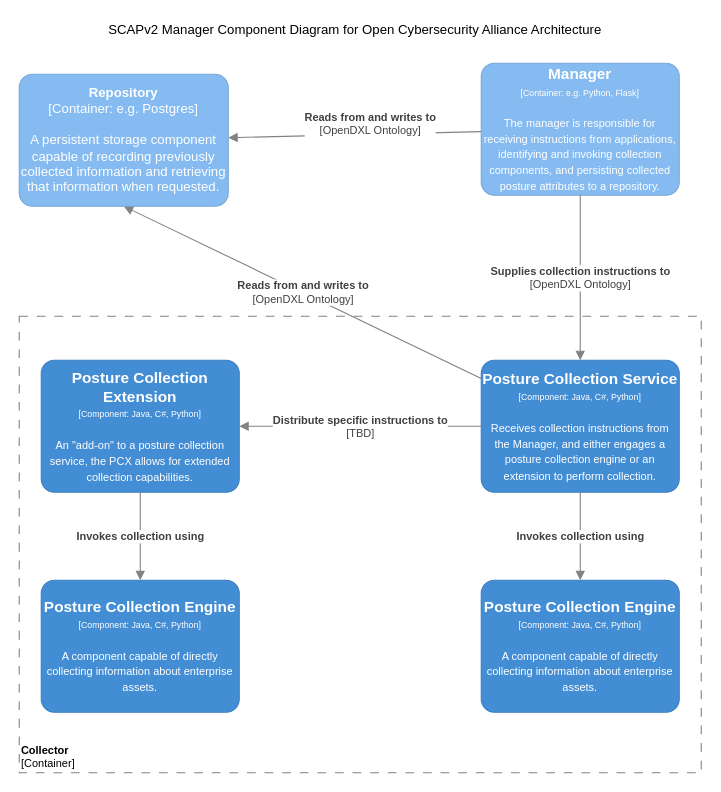
Above: page "SCAPv2 Collector" (4 of 4) of Architecture Documents/oca-c4-architecture.drawio in opencybersecurityalliance/documentation (draw.io), before the change. Source tidied: cells renumbered, new cells numbered last; positions are measured from the earlier drawing's top-left corner, leaving out a move shared by most shapes. Both pictures are drawn from the tidied source at 110%, with x=0, y=0 at pixel (19, 19).
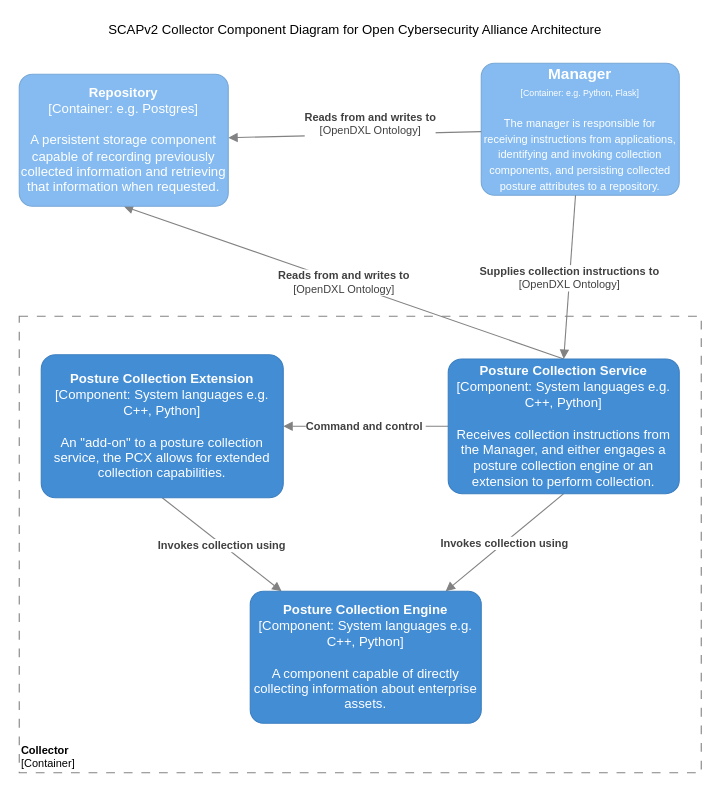
The same diagram, later.

Commit message (it also covers changes not shown here):
Component fixes and typo fix

The edit, as a diff of the source:
```diff
@@
 <mxGraphModel>
   <root>
     <mxCell id="0" />
     <mxCell id="1" parent="0" />
     <mxCell id="2" value="&lt;font style=&quot;font-size: 10px&quot;&gt;&lt;b&gt;Collector&lt;br&gt;&lt;/b&gt;[Container]&lt;/font&gt;" style="rounded=0;whiteSpace=wrap;html=1;strokeColor=#828282;fillColor=none;fontColor=#000000;align=left;labelPosition=center;verticalLabelPosition=middle;verticalAlign=bottom;dashed=1;strokeWidth=1;perimeterSpacing=0;spacing=2;spacingTop=0;fontSize=10;dashPattern=8 8;" parent="1" vertex="1">
       <mxGeometry y="270" width="620" height="415" as="geometry" />
     </mxCell>
-    <mxCell id="3" value="&lt;div&gt;&lt;span style=&quot;font-size: 14px&quot;&gt;&lt;b&gt;Posture Collection Service&lt;/b&gt;&lt;/span&gt;&lt;/div&gt;&lt;div&gt;&lt;span style=&quot;font-size: 8px&quot;&gt;[Component: Java, C#, Python]&lt;/span&gt;&lt;/div&gt;&lt;div&gt;&lt;span style=&quot;font-size: 8px&quot;&gt;&lt;br&gt;&lt;/span&gt;&lt;/div&gt;&lt;div&gt;&lt;font size=&quot;1&quot;&gt;Receives collection instructions from the Manager, and either engages a posture collection engine or an extension to perform collection.&lt;/font&gt;&lt;/div&gt;" style="rounded=1;whiteSpace=wrap;html=1;fillColor=#438DD5;fontColor=#ffffff;strokeColor=#3C7FC0;arcSize=10;" parent="1" vertex="1">
-      <mxGeometry x="420" y="310" width="180" height="120" as="geometry" />
-    </mxCell>
-    <mxCell id="4" value="&lt;div&gt;&lt;span style=&quot;font-size: 14px&quot;&gt;&lt;b&gt;Posture Collection Extension&lt;/b&gt;&lt;/span&gt;&lt;/div&gt;&lt;div&gt;&lt;span style=&quot;font-size: 8px&quot;&gt;[Component: Java, C#, Python]&lt;/span&gt;&lt;/div&gt;&lt;div&gt;&lt;span style=&quot;font-size: 8px&quot;&gt;&lt;br&gt;&lt;/span&gt;&lt;/div&gt;&lt;div&gt;&lt;font size=&quot;1&quot;&gt;An &quot;add-on&quot; to a posture collection service, the PCX allows for extended collection capabilities.&lt;/font&gt;&lt;/div&gt;" style="rounded=1;whiteSpace=wrap;html=1;fillColor=#438DD5;fontColor=#ffffff;strokeColor=#3C7FC0;arcSize=10;" parent="1" vertex="1">
-      <mxGeometry x="20" y="310" width="180" height="120" as="geometry" />
-    </mxCell>
-    <mxCell id="5" value="&lt;div&gt;&lt;span style=&quot;font-size: 14px&quot;&gt;&lt;b&gt;Posture Collection Engine&lt;/b&gt;&lt;/span&gt;&lt;/div&gt;&lt;div&gt;&lt;span style=&quot;font-size: 8px&quot;&gt;[Component: Java, C#, Python]&lt;/span&gt;&lt;br&gt;&lt;/div&gt;&lt;div&gt;&lt;span style=&quot;font-size: 8px&quot;&gt;&lt;br&gt;&lt;/span&gt;&lt;/div&gt;&lt;div&gt;&lt;font size=&quot;1&quot;&gt;A component capable of directly collecting information about enterprise assets.&lt;/font&gt;&lt;/div&gt;" style="rounded=1;whiteSpace=wrap;html=1;fillColor=#438DD5;fontColor=#ffffff;strokeColor=#3C7FC0;arcSize=10;" parent="1" vertex="1">
-      <mxGeometry x="420" y="510" width="180" height="120" as="geometry" />
-    </mxCell>
     <object id="6" label="&lt;div&gt;&lt;span style=&quot;font-size: 14px&quot;&gt;&lt;b&gt;Manager&lt;/b&gt;&lt;/span&gt;&lt;/div&gt;&lt;div&gt;&lt;span style=&quot;font-size: 8px&quot;&gt;[Container: %technology%]&lt;/span&gt;&lt;/div&gt;&lt;div&gt;&lt;span style=&quot;font-size: 8px&quot;&gt;&lt;br&gt;&lt;/span&gt;&lt;/div&gt;&lt;div&gt;&lt;span style=&quot;font-size: x-small&quot;&gt;The manager is responsible for receiving instructions from applications, identifying and invoking collection components, and persisting collected posture attributes to a repository.&lt;/span&gt;&lt;br&gt;&lt;/div&gt;" placeholders="1" technology="e.g. Python, Flask">
       <mxCell style="rounded=1;whiteSpace=wrap;html=1;fillColor=#85BBF0;fontColor=#ffffff;strokeColor=#78A8D8;arcSize=10;" parent="1" vertex="1">
         <mxGeometry x="420" y="40" width="180" height="120" as="geometry" />
       </mxCell>
     </object>
     <mxCell id="7" value="&lt;span style=&quot;font-size: 10px&quot;&gt;&lt;b&gt;Reads from and writes to&lt;/b&gt;&lt;br&gt;[OpenDXL Ontology]&lt;br&gt;&lt;/span&gt;" style="endArrow=block;html=1;fontSize=10;fontColor=#404040;strokeWidth=1;endFill=1;strokeColor=#828282;elbow=vertical;" parent="1" edge="1" source="6" target="15">
       <mxGeometry x="-0.12" y="-10" relative="1" as="geometry" />
     </mxCell>
-    <mxCell id="8" value="&lt;span style=&quot;font-size: 10px&quot;&gt;&lt;b&gt;Reads from and writes to&lt;/b&gt;&lt;br&gt;[OpenDXL Ontology]&lt;br&gt;&lt;/span&gt;" style="endArrow=block;html=1;fontSize=10;fontColor=#404040;strokeWidth=1;endFill=1;strokeColor=#828282;elbow=vertical;entryX=0.5;entryY=1;entryDx=0;entryDy=0;entryPerimeter=0;" parent="1" edge="1" source="3" target="15">
+    <mxCell id="8" value="&lt;span style=&quot;font-size: 10px&quot;&gt;&lt;b&gt;Reads from and writes to&lt;/b&gt;&lt;br&gt;[OpenDXL Ontology]&lt;br&gt;&lt;/span&gt;" style="endArrow=block;html=1;fontSize=10;fontColor=#404040;strokeWidth=1;endFill=1;strokeColor=#828282;elbow=vertical;entryX=0.5;entryY=1;entryDx=0;entryDy=0;entryPerimeter=0;exitX=0.5;exitY=0;exitDx=0;exitDy=0;exitPerimeter=0;" parent="1" edge="1" source="18" target="15">
       <mxGeometry relative="1" as="geometry" />
     </mxCell>
-    <mxCell id="9" value="&lt;span style=&quot;font-size: 10px&quot;&gt;&lt;b&gt;Invokes collection using&lt;/b&gt;&lt;br&gt;&lt;/span&gt;" style="endArrow=block;html=1;fontSize=10;fontColor=#404040;strokeWidth=1;endFill=1;strokeColor=#828282;elbow=vertical;" parent="1" edge="1" source="3" target="5">
+    <mxCell id="9" value="&lt;span style=&quot;font-size: 10px&quot;&gt;&lt;b&gt;Invokes collection using&lt;/b&gt;&lt;br&gt;&lt;/span&gt;" style="endArrow=block;html=1;fontSize=10;fontColor=#404040;strokeWidth=1;endFill=1;strokeColor=#828282;elbow=vertical;exitX=0.5;exitY=1;exitDx=0;exitDy=0;exitPerimeter=0;" parent="1" edge="1" source="18" target="17">
       <mxGeometry relative="1" as="geometry" />
     </mxCell>
-    <mxCell id="10" value="&lt;span style=&quot;font-size: 10px&quot;&gt;&lt;b&gt;Distribute specific instructions to&lt;/b&gt;&lt;br&gt;[TBD]&lt;br&gt;&lt;/span&gt;" style="endArrow=block;html=1;fontSize=10;fontColor=#404040;strokeWidth=1;endFill=1;strokeColor=#828282;elbow=vertical;" parent="1" edge="1" source="3" target="4">
+    <mxCell id="10" value="&lt;span style=&quot;font-size: 10px&quot;&gt;&lt;b&gt;Command and control&amp;nbsp;&lt;/b&gt;&lt;br&gt;&lt;/span&gt;" style="endArrow=block;html=1;fontSize=10;fontColor=#404040;strokeWidth=1;endFill=1;strokeColor=#828282;elbow=vertical;entryX=1;entryY=0.5;entryDx=0;entryDy=0;entryPerimeter=0;exitX=0;exitY=0.5;exitDx=0;exitDy=0;exitPerimeter=0;" parent="1" edge="1" source="18" target="16">
       <mxGeometry relative="1" as="geometry" />
     </mxCell>
-    <mxCell id="11" value="&lt;div&gt;&lt;span style=&quot;font-size: 14px&quot;&gt;&lt;b&gt;Posture Collection Engine&lt;/b&gt;&lt;/span&gt;&lt;/div&gt;&lt;div&gt;&lt;span style=&quot;font-size: 8px&quot;&gt;[Component: Java, C#, Python]&lt;/span&gt;&lt;br&gt;&lt;/div&gt;&lt;div&gt;&lt;span style=&quot;font-size: 8px&quot;&gt;&lt;br&gt;&lt;/span&gt;&lt;/div&gt;&lt;div&gt;&lt;font size=&quot;1&quot;&gt;A component capable of directly collecting information about enterprise assets.&lt;/font&gt;&lt;/div&gt;" style="rounded=1;whiteSpace=wrap;html=1;fillColor=#438DD5;fontColor=#ffffff;strokeColor=#3C7FC0;arcSize=10;" parent="1" vertex="1">
-      <mxGeometry x="20" y="510" width="180" height="120" as="geometry" />
-    </mxCell>
-    <mxCell id="12" value="&lt;span style=&quot;font-size: 10px&quot;&gt;&lt;b&gt;Invokes collection using&lt;/b&gt;&lt;br&gt;&lt;/span&gt;" style="endArrow=block;html=1;fontSize=10;fontColor=#404040;strokeWidth=1;endFill=1;strokeColor=#828282;elbow=vertical;" parent="1" edge="1" source="4" target="11">
+    <mxCell id="12" value="&lt;span style=&quot;font-size: 10px&quot;&gt;&lt;b&gt;Invokes collection using&lt;/b&gt;&lt;br&gt;&lt;/span&gt;" style="endArrow=block;html=1;fontSize=10;fontColor=#404040;strokeWidth=1;endFill=1;strokeColor=#828282;elbow=vertical;exitX=0.5;exitY=1;exitDx=0;exitDy=0;exitPerimeter=0;" parent="1" edge="1" source="16" target="17">
       <mxGeometry relative="1" as="geometry" />
     </mxCell>
-    <mxCell id="13" value="&lt;b&gt;Supplies collection instructions to&lt;br&gt;&lt;/b&gt;[OpenDXL Ontology]&lt;span style=&quot;font-size: 10px&quot;&gt;&lt;br&gt;&lt;/span&gt;" style="endArrow=block;html=1;fontSize=10;fontColor=#404040;strokeWidth=1;endFill=1;strokeColor=#828282;elbow=vertical;" parent="1" edge="1" source="6" target="3">
+    <mxCell id="13" value="&lt;b&gt;Supplies collection instructions to&lt;br&gt;&lt;/b&gt;[OpenDXL Ontology]&lt;span style=&quot;font-size: 10px&quot;&gt;&lt;br&gt;&lt;/span&gt;" style="endArrow=block;html=1;fontSize=10;fontColor=#404040;strokeWidth=1;endFill=1;strokeColor=#828282;elbow=vertical;entryX=0.5;entryY=0;entryDx=0;entryDy=0;entryPerimeter=0;" parent="1" edge="1" source="6" target="18">
       <mxGeometry relative="1" as="geometry" />
     </mxCell>
-    <mxCell id="14" value="SCAPv2 Manager Component Diagram for Open Cybersecurity Alliance Architecture" style="text;html=1;align=center;verticalAlign=middle;" parent="1" vertex="1">
+    <mxCell id="14" value="SCAPv2 Collector Component Diagram for Open Cybersecurity Alliance Architecture" style="text;html=1;align=center;verticalAlign=middle;" parent="1" vertex="1">
       <mxGeometry x="75" width="460" height="20" as="geometry" />
     </mxCell>
     <object id="15" label="&lt;b&gt;%c4Name%&lt;/b&gt;&lt;div&gt;[%c4Type%: %c4Technology%]&lt;/div&gt;&lt;br&gt;&lt;div&gt;%c4Description%&lt;/div&gt;" c4Description="A persistent storage component capable of recording previously collected information and retrieving that information when requested." c4Name="Repository" c4Technology="e.g. Postgres" c4Type="Container" placeholders="1">
       <mxCell style="rounded=1;whiteSpace=wrap;html=1;labelBackgroundColor=none;fillColor=#85BBF0;fontColor=#ffffff;align=center;arcSize=10;strokeColor=#78A8D8;metaData={&quot;c4Type&quot;:{&quot;editable&quot;:false}};points=[[0.25,0,0],[0.5,0,0],[0.75,0,0],[1,0.25,0],[1,0.5,0],[1,0.75,0],[0.75,1,0],[0.5,1,0],[0.25,1,0],[0,0.75,0],[0,0.5,0],[0,0.25,0]];" parent="1" vertex="1">
         <mxGeometry y="50" width="190" height="120" as="geometry" />
       </mxCell>
     </object>
+    <object id="16" label="&lt;b&gt;%c4Name%&lt;/b&gt;&lt;div&gt;[%c4Type%: %c4Technology%]&lt;/div&gt;&lt;br&gt;&lt;div&gt;%c4Description%&lt;/div&gt;" c4Description="An &quot;add-on&quot; to a posture collection service, the PCX allows for extended collection capabilities." c4Name="Posture Collection Extension" c4Technology="System languages e.g. C++, Python" c4Type="Component" placeholders="1">
+      <mxCell style="rounded=1;whiteSpace=wrap;html=1;labelBackgroundColor=none;fillColor=#438DD5;fontColor=#ffffff;align=center;arcSize=10;strokeColor=#3C7FC0;metaData={&quot;c4Type&quot;:{&quot;editable&quot;:false}};points=[[0.25,0,0],[0.5,0,0],[0.75,0,0],[1,0.25,0],[1,0.5,0],[1,0.75,0],[0.75,1,0],[0.5,1,0],[0.25,1,0],[0,0.75,0],[0,0.5,0],[0,0.25,0]];" parent="1" vertex="1">
+        <mxGeometry x="20" y="305" width="220" height="130" as="geometry" />
+      </mxCell>
+    </object>
+    <object id="17" label="&lt;b&gt;%c4Name%&lt;/b&gt;&lt;div&gt;[%c4Type%: %c4Technology%]&lt;/div&gt;&lt;br&gt;&lt;div&gt;%c4Description%&lt;/div&gt;" c4Description="A component capable of directly collecting information about enterprise assets." c4Name="Posture Collection Engine" c4Technology="System languages e.g. C++, Python" c4Type="Component" placeholders="1">
+      <mxCell style="rounded=1;whiteSpace=wrap;html=1;labelBackgroundColor=none;fillColor=#438DD5;fontColor=#ffffff;align=center;arcSize=10;strokeColor=#3C7FC0;metaData={&quot;c4Type&quot;:{&quot;editable&quot;:false}};points=[[0.25,0,0],[0.5,0,0],[0.75,0,0],[1,0.25,0],[1,0.5,0],[1,0.75,0],[0.75,1,0],[0.5,1,0],[0.25,1,0],[0,0.75,0],[0,0.5,0],[0,0.25,0]];" parent="1" vertex="1">
+        <mxGeometry x="210" y="520" width="210" height="120" as="geometry" />
+      </mxCell>
+    </object>
+    <object id="18" label="&lt;b&gt;%c4Name%&lt;/b&gt;&lt;div&gt;[%c4Type%: %c4Technology%]&lt;/div&gt;&lt;br&gt;&lt;div&gt;%c4Description%&lt;/div&gt;" c4Description="Receives collection instructions from the Manager, and either engages a posture collection engine or an extension to perform collection." c4Name="Posture Collection Service" c4Technology="System languages e.g. C++, Python" c4Type="Component" placeholders="1">
+      <mxCell style="rounded=1;whiteSpace=wrap;html=1;labelBackgroundColor=none;fillColor=#438DD5;fontColor=#ffffff;align=center;arcSize=10;strokeColor=#3C7FC0;metaData={&quot;c4Type&quot;:{&quot;editable&quot;:false}};points=[[0.25,0,0],[0.5,0,0],[0.75,0,0],[1,0.25,0],[1,0.5,0],[1,0.75,0],[0.75,1,0],[0.5,1,0],[0.25,1,0],[0,0.75,0],[0,0.5,0],[0,0.25,0]];" parent="1" vertex="1">
+        <mxGeometry x="390" y="308.8" width="210" height="122.5" as="geometry" />
+      </mxCell>
+    </object>
   </root>
 </mxGraphModel>
```
